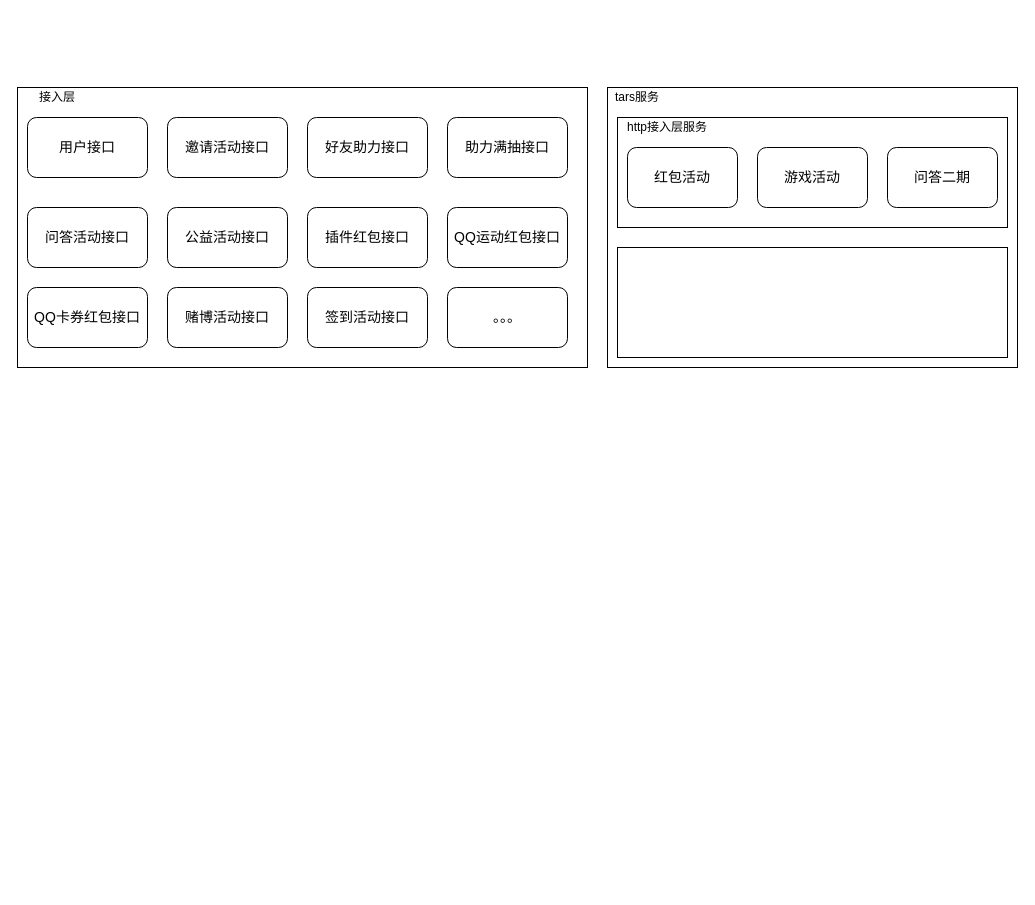
Before: 2019架构图.drawio in SaturnRings/draw, a draw.io diagram. Source tidied: cells renumbered, new cells numbered last; positions are measured from the earlier drawing's top-left corner, leaving out a move shared by most shapes. Both pictures are drawn from the tidied source at 100%, with x=0, y=0 at pixel (17, 87).
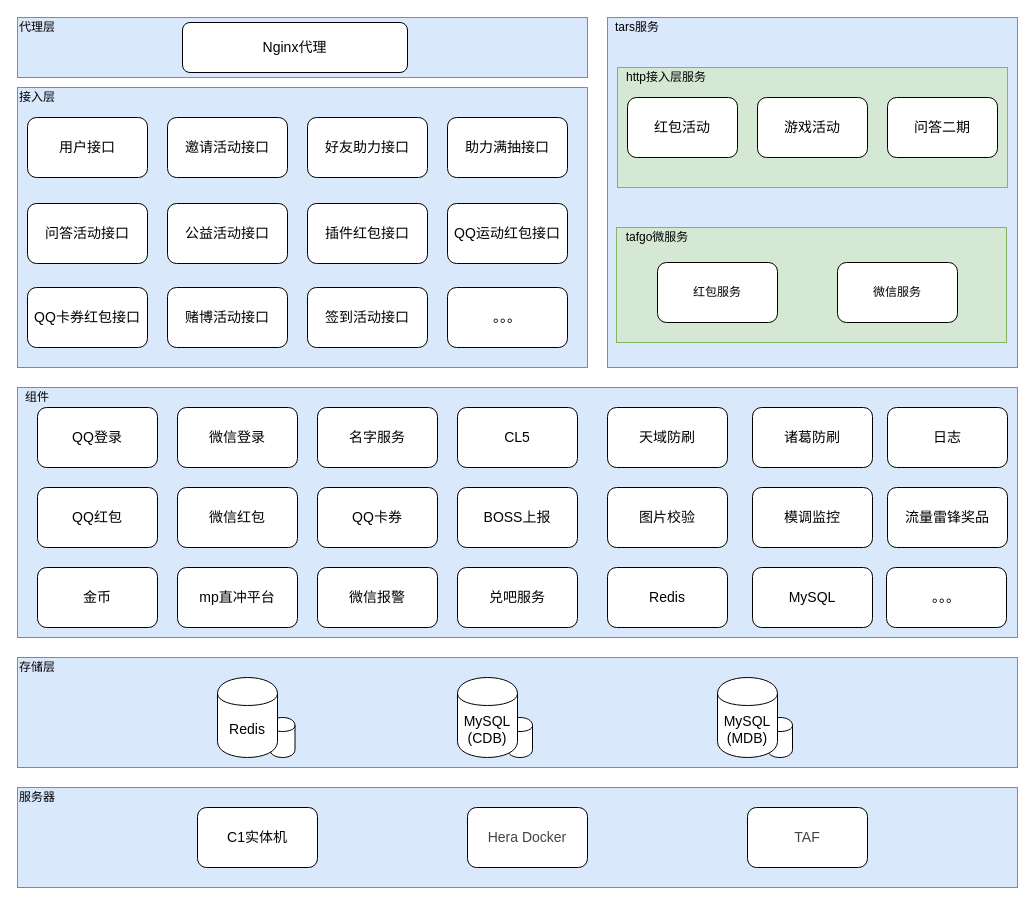
After the change.

Change to the diagram source:
```diff
@@
+    <mxCell id="24" style="rounded=0;whiteSpace=wrap;html=1;fillColor=#dae8fc;strokeColor=#6c8ebf;" parent="1" vertex="1">
+      <mxGeometry y="570" width="1000" height="110" as="geometry" />
+    </mxCell>
+    <mxCell id="25" style="shape=cylinder;whiteSpace=wrap;html=1;boundedLbl=1;backgroundOutline=1;" parent="1" vertex="1">
+      <mxGeometry x="750" y="630" width="25" height="40" as="geometry" />
+    </mxCell>
+    <mxCell id="26" style="shape=cylinder;whiteSpace=wrap;html=1;boundedLbl=1;backgroundOutline=1;" parent="1" vertex="1">
+      <mxGeometry x="490" y="630" width="25" height="40" as="geometry" />
+    </mxCell>
+    <mxCell id="27" style="shape=cylinder;whiteSpace=wrap;html=1;boundedLbl=1;backgroundOutline=1;" parent="1" vertex="1">
+      <mxGeometry x="252.5" y="630" width="25" height="40" as="geometry" />
+    </mxCell>
+    <mxCell id="28" style="rounded=0;whiteSpace=wrap;html=1;fillColor=#dae8fc;strokeColor=#6c8ebf;" parent="1" vertex="1">
+      <mxGeometry y="300" width="1000" height="250" as="geometry" />
+    </mxCell>
-    <mxCell id="2" value="&lt;br&gt;&lt;br&gt;" style="rounded=0;whiteSpace=wrap;html=1;" parent="1" vertex="1">
+    <mxCell id="2" value="&lt;br&gt;&lt;br&gt;" style="rounded=0;whiteSpace=wrap;html=1;fillColor=#dae8fc;strokeColor=#6c8ebf;" parent="1" vertex="1">
       <mxGeometry width="570" height="280" as="geometry" />
     </mxCell>
@@
     <mxCell id="7" value="&lt;font style=&quot;font-size: 14px&quot;&gt;问答活动接口&lt;/font&gt;" style="rounded=1;whiteSpace=wrap;html=1;" parent="1" vertex="1">
-      <mxGeometry x="10" y="120" width="120" height="60" as="geometry" />
+      <mxGeometry x="10" y="116" width="120" height="60" as="geometry" />
     </mxCell>
     <mxCell id="8" value="&lt;font style=&quot;font-size: 14px&quot;&gt;公益活动接口&lt;/font&gt;" style="rounded=1;whiteSpace=wrap;html=1;" parent="1" vertex="1">
-      <mxGeometry x="150" y="120" width="120" height="60" as="geometry" />
+      <mxGeometry x="150" y="116" width="120" height="60" as="geometry" />
     </mxCell>
     <mxCell id="9" value="&lt;font style=&quot;font-size: 14px&quot;&gt;插件红包接口&lt;/font&gt;" style="rounded=1;whiteSpace=wrap;html=1;" parent="1" vertex="1">
-      <mxGeometry x="290" y="120" width="120" height="60" as="geometry" />
+      <mxGeometry x="290" y="116" width="120" height="60" as="geometry" />
     </mxCell>
     <mxCell id="10" value="&lt;font style=&quot;font-size: 14px&quot;&gt;QQ运动红包接口&lt;/font&gt;" style="rounded=1;whiteSpace=wrap;html=1;" parent="1" vertex="1">
-      <mxGeometry x="430" y="120" width="120" height="60" as="geometry" />
+      <mxGeometry x="430" y="116" width="120" height="60" as="geometry" />
     </mxCell>
@@
     <mxCell id="15" value="接入层" style="text;html=1;strokeColor=none;fillColor=none;align=center;verticalAlign=middle;whiteSpace=wrap;rounded=0;" parent="1" vertex="1">
-      <mxGeometry x="20" width="40" height="20" as="geometry" />
+      <mxGeometry width="40" height="20" as="geometry" />
     </mxCell>
-    <mxCell id="16" style="rounded=0;whiteSpace=wrap;html=1;" parent="1" vertex="1">
-      <mxGeometry x="590" width="410" height="280" as="geometry" />
+    <mxCell id="16" style="rounded=0;whiteSpace=wrap;html=1;fillColor=#dae8fc;strokeColor=#6c8ebf;" parent="1" vertex="1">
+      <mxGeometry x="590" y="-70" width="410" height="350" as="geometry" />
     </mxCell>
     <mxCell id="17" value="tars服务" style="text;html=1;strokeColor=none;fillColor=none;align=center;verticalAlign=middle;whiteSpace=wrap;rounded=0;" parent="1" vertex="1">
-      <mxGeometry x="590" width="60" height="20" as="geometry" />
+      <mxGeometry x="590" y="-70" width="60" height="20" as="geometry" />
     </mxCell>
-    <mxCell id="18" style="rounded=0;whiteSpace=wrap;html=1;" parent="1" vertex="1">
-      <mxGeometry x="600" y="30" width="390" height="110" as="geometry" />
+    <mxCell id="18" style="rounded=0;whiteSpace=wrap;html=1;fillColor=#d5e8d4;strokeColor=#82b366;" parent="1" vertex="1">
+      <mxGeometry x="600" y="-20" width="390" height="120" as="geometry" />
     </mxCell>
-    <mxCell id="19" style="rounded=0;whiteSpace=wrap;html=1;" parent="1" vertex="1">
-      <mxGeometry x="600" y="160" width="390" height="110" as="geometry" />
+    <mxCell id="19" style="rounded=0;whiteSpace=wrap;html=1;fillColor=#d5e8d4;strokeColor=#82b366;" parent="1" vertex="1">
+      <mxGeometry x="599" y="140" width="390" height="115" as="geometry" />
     </mxCell>
     <mxCell id="20" value="http接入层服务" style="text;html=1;strokeColor=none;fillColor=none;align=center;verticalAlign=middle;whiteSpace=wrap;rounded=0;" parent="1" vertex="1">
-      <mxGeometry x="600" y="30" width="100" height="20" as="geometry" />
+      <mxGeometry x="599" y="-20" width="100" height="20" as="geometry" />
     </mxCell>
     <mxCell id="21" value="&lt;font style=&quot;font-size: 14px&quot;&gt;红包活动&lt;br&gt;&lt;/font&gt;" style="rounded=1;whiteSpace=wrap;html=1;" parent="1" vertex="1">
-      <mxGeometry x="610" y="60" width="110" height="60" as="geometry" />
+      <mxGeometry x="610" y="10" width="110" height="60" as="geometry" />
     </mxCell>
     <mxCell id="22" value="&lt;font style=&quot;font-size: 14px&quot;&gt;游戏活动&lt;br&gt;&lt;/font&gt;" style="rounded=1;whiteSpace=wrap;html=1;" parent="1" vertex="1">
-      <mxGeometry x="740" y="60" width="110" height="60" as="geometry" />
+      <mxGeometry x="740" y="10" width="110" height="60" as="geometry" />
     </mxCell>
     <mxCell id="23" value="&lt;font style=&quot;font-size: 14px&quot;&gt;问答二期&lt;br&gt;&lt;/font&gt;" style="rounded=1;whiteSpace=wrap;html=1;" parent="1" vertex="1">
-      <mxGeometry x="870" y="60" width="110" height="60" as="geometry" />
+      <mxGeometry x="870" y="10" width="110" height="60" as="geometry" />
     </mxCell>
+    <mxCell id="29" value="tafgo微服务" style="text;html=1;strokeColor=none;fillColor=none;align=center;verticalAlign=middle;whiteSpace=wrap;rounded=0;" parent="1" vertex="1">
+      <mxGeometry x="605" y="140" width="70" height="20" as="geometry" />
+    </mxCell>
+    <mxCell id="30" value="红包服务" style="rounded=1;whiteSpace=wrap;html=1;" parent="1" vertex="1">
+      <mxGeometry x="640" y="175" width="120" height="60" as="geometry" />
+    </mxCell>
+    <mxCell id="31" value="微信服务" style="rounded=1;whiteSpace=wrap;html=1;" parent="1" vertex="1">
+      <mxGeometry x="820" y="175" width="120" height="60" as="geometry" />
+    </mxCell>
+    <mxCell id="32" value="&lt;span style=&quot;font-size: 14px&quot;&gt;QQ登录&lt;/span&gt;" style="rounded=1;whiteSpace=wrap;html=1;" parent="1" vertex="1">
+      <mxGeometry x="20" y="320" width="120" height="60" as="geometry" />
+    </mxCell>
+    <mxCell id="33" value="&lt;span style=&quot;font-size: 14px&quot;&gt;微信登录&lt;/span&gt;" style="rounded=1;whiteSpace=wrap;html=1;" parent="1" vertex="1">
+      <mxGeometry x="160" y="320" width="120" height="60" as="geometry" />
+    </mxCell>
+    <mxCell id="34" value="组件" style="text;html=1;strokeColor=none;fillColor=none;align=center;verticalAlign=middle;whiteSpace=wrap;rounded=0;" parent="1" vertex="1">
+      <mxGeometry y="300" width="40" height="20" as="geometry" />
+    </mxCell>
+    <mxCell id="35" value="&lt;span style=&quot;font-size: 14px&quot;&gt;名字服务&lt;/span&gt;" style="rounded=1;whiteSpace=wrap;html=1;" parent="1" vertex="1">
+      <mxGeometry x="300" y="320" width="120" height="60" as="geometry" />
+    </mxCell>
+    <mxCell id="36" value="&lt;span style=&quot;font-size: 14px&quot;&gt;CL5&lt;/span&gt;" style="rounded=1;whiteSpace=wrap;html=1;" parent="1" vertex="1">
+      <mxGeometry x="440" y="320" width="120" height="60" as="geometry" />
+    </mxCell>
+    <mxCell id="37" value="&lt;span style=&quot;font-size: 14px&quot;&gt;天域防刷&lt;/span&gt;" style="rounded=1;whiteSpace=wrap;html=1;" parent="1" vertex="1">
+      <mxGeometry x="590" y="320" width="120" height="60" as="geometry" />
+    </mxCell>
+    <mxCell id="38" value="&lt;span style=&quot;font-size: 14px&quot;&gt;诸葛防刷&lt;/span&gt;" style="rounded=1;whiteSpace=wrap;html=1;" parent="1" vertex="1">
+      <mxGeometry x="735" y="320" width="120" height="60" as="geometry" />
+    </mxCell>
+    <mxCell id="39" value="&lt;span style=&quot;font-size: 14px&quot;&gt;日志&lt;/span&gt;" style="rounded=1;whiteSpace=wrap;html=1;" parent="1" vertex="1">
+      <mxGeometry x="870" y="320" width="120" height="60" as="geometry" />
+    </mxCell>
+    <mxCell id="40" value="&lt;span style=&quot;font-size: 14px&quot;&gt;QQ红包&lt;/span&gt;" style="rounded=1;whiteSpace=wrap;html=1;" parent="1" vertex="1">
+      <mxGeometry x="20" y="400" width="120" height="60" as="geometry" />
+    </mxCell>
+    <mxCell id="41" value="&lt;span style=&quot;font-size: 14px&quot;&gt;微信红包&lt;/span&gt;" style="rounded=1;whiteSpace=wrap;html=1;" parent="1" vertex="1">
+      <mxGeometry x="160" y="400" width="120" height="60" as="geometry" />
+    </mxCell>
+    <mxCell id="42" value="&lt;span style=&quot;font-size: 14px&quot;&gt;QQ卡券&lt;/span&gt;" style="rounded=1;whiteSpace=wrap;html=1;" parent="1" vertex="1">
+      <mxGeometry x="300" y="400" width="120" height="60" as="geometry" />
+    </mxCell>
+    <mxCell id="43" value="&lt;span style=&quot;font-size: 14px&quot;&gt;BOSS上报&lt;/span&gt;" style="rounded=1;whiteSpace=wrap;html=1;" parent="1" vertex="1">
+      <mxGeometry x="440" y="400" width="120" height="60" as="geometry" />
+    </mxCell>
+    <mxCell id="44" value="&lt;span style=&quot;font-size: 14px&quot;&gt;图片校验&lt;/span&gt;" style="rounded=1;whiteSpace=wrap;html=1;" parent="1" vertex="1">
+      <mxGeometry x="590" y="400" width="120" height="60" as="geometry" />
+    </mxCell>
+    <mxCell id="45" value="&lt;span style=&quot;font-size: 14px&quot;&gt;模调监控&lt;/span&gt;" style="rounded=1;whiteSpace=wrap;html=1;" parent="1" vertex="1">
+      <mxGeometry x="735" y="400" width="120" height="60" as="geometry" />
+    </mxCell>
+    <mxCell id="46" value="&lt;span style=&quot;font-size: 14px&quot;&gt;流量雷锋奖品&lt;/span&gt;" style="rounded=1;whiteSpace=wrap;html=1;" parent="1" vertex="1">
+      <mxGeometry x="870" y="400" width="120" height="60" as="geometry" />
+    </mxCell>
+    <mxCell id="47" value="&lt;span style=&quot;font-size: 14px&quot;&gt;金币&lt;/span&gt;" style="rounded=1;whiteSpace=wrap;html=1;" parent="1" vertex="1">
+      <mxGeometry x="20" y="480" width="120" height="60" as="geometry" />
+    </mxCell>
+    <mxCell id="48" value="&lt;span style=&quot;font-size: 14px&quot;&gt;mp直冲平台&lt;/span&gt;" style="rounded=1;whiteSpace=wrap;html=1;" parent="1" vertex="1">
+      <mxGeometry x="160" y="480" width="120" height="60" as="geometry" />
+    </mxCell>
+    <mxCell id="49" value="&lt;span style=&quot;font-size: 14px&quot;&gt;微信报警&lt;/span&gt;" style="rounded=1;whiteSpace=wrap;html=1;" parent="1" vertex="1">
+      <mxGeometry x="300" y="480" width="120" height="60" as="geometry" />
+    </mxCell>
+    <mxCell id="50" value="&lt;span style=&quot;font-size: 14px&quot;&gt;兑吧服务&lt;/span&gt;" style="rounded=1;whiteSpace=wrap;html=1;" parent="1" vertex="1">
+      <mxGeometry x="440" y="480" width="120" height="60" as="geometry" />
+    </mxCell>
+    <mxCell id="51" value="&lt;span style=&quot;font-size: 14px&quot;&gt;Redis&lt;/span&gt;" style="rounded=1;whiteSpace=wrap;html=1;" parent="1" vertex="1">
+      <mxGeometry x="590" y="480" width="120" height="60" as="geometry" />
+    </mxCell>
+    <mxCell id="52" value="&lt;span style=&quot;font-size: 14px&quot;&gt;MySQL&lt;/span&gt;" style="rounded=1;whiteSpace=wrap;html=1;" parent="1" vertex="1">
+      <mxGeometry x="735" y="480" width="120" height="60" as="geometry" />
+    </mxCell>
+    <mxCell id="53" value="&lt;span style=&quot;font-size: 14px&quot;&gt;。。。&lt;/span&gt;" style="rounded=1;whiteSpace=wrap;html=1;" parent="1" vertex="1">
+      <mxGeometry x="869" y="480" width="120" height="60" as="geometry" />
+    </mxCell>
+    <mxCell id="54" value="存储层" style="text;html=1;strokeColor=none;fillColor=none;align=center;verticalAlign=middle;whiteSpace=wrap;rounded=0;" parent="1" vertex="1">
+      <mxGeometry y="570" width="40" height="20" as="geometry" />
+    </mxCell>
+    <mxCell id="55" value="&lt;font style=&quot;font-size: 14px&quot;&gt;Redis&lt;/font&gt;" style="shape=cylinder;whiteSpace=wrap;html=1;boundedLbl=1;backgroundOutline=1;" parent="1" vertex="1">
+      <mxGeometry x="200" y="590" width="60" height="80" as="geometry" />
+    </mxCell>
+    <mxCell id="56" value="&lt;font style=&quot;font-size: 14px&quot;&gt;MySQL&lt;br&gt;(CDB)&lt;br&gt;&lt;/font&gt;" style="shape=cylinder;whiteSpace=wrap;html=1;boundedLbl=1;backgroundOutline=1;" parent="1" vertex="1">
+      <mxGeometry x="440" y="590" width="60" height="80" as="geometry" />
+    </mxCell>
+    <mxCell id="57" value="&lt;font style=&quot;font-size: 14px&quot;&gt;MySQL&lt;br&gt;(MDB)&lt;br&gt;&lt;/font&gt;" style="shape=cylinder;whiteSpace=wrap;html=1;boundedLbl=1;backgroundOutline=1;" parent="1" vertex="1">
+      <mxGeometry x="700" y="590" width="60" height="80" as="geometry" />
+    </mxCell>
+    <mxCell id="58" style="rounded=0;whiteSpace=wrap;html=1;fillColor=#dae8fc;strokeColor=#6c8ebf;" parent="1" vertex="1">
+      <mxGeometry y="700" width="1000" height="100" as="geometry" />
+    </mxCell>
+    <mxCell id="59" value="服务器" style="text;html=1;strokeColor=none;fillColor=none;align=center;verticalAlign=middle;whiteSpace=wrap;rounded=0;" parent="1" vertex="1">
+      <mxGeometry y="700" width="40" height="20" as="geometry" />
+    </mxCell>
+    <mxCell id="60" value="&lt;font style=&quot;font-size: 14px&quot;&gt;C1实体机&lt;/font&gt;" style="rounded=1;whiteSpace=wrap;html=1;" parent="1" vertex="1">
+      <mxGeometry x="180" y="720" width="120" height="60" as="geometry" />
+    </mxCell>
+    <mxCell id="61" value="&lt;span style=&quot;color: rgb(68 , 68 , 68) ; text-align: left ; background-color: rgb(255 , 255 , 255)&quot;&gt;&lt;font style=&quot;font-size: 14px&quot;&gt;Hera Docker&lt;/font&gt;&lt;/span&gt;" style="rounded=1;whiteSpace=wrap;html=1;" parent="1" vertex="1">
+      <mxGeometry x="450" y="720" width="120" height="60" as="geometry" />
+    </mxCell>
+    <mxCell id="62" value="&lt;span style=&quot;color: rgb(68 , 68 , 68) ; text-align: left ; background-color: rgb(255 , 255 , 255)&quot;&gt;&lt;font style=&quot;font-size: 14px&quot;&gt;TAF&lt;/font&gt;&lt;/span&gt;" style="rounded=1;whiteSpace=wrap;html=1;" parent="1" vertex="1">
+      <mxGeometry x="730" y="720" width="120" height="60" as="geometry" />
+    </mxCell>
+    <mxCell id="63" style="rounded=0;whiteSpace=wrap;html=1;fillColor=#dae8fc;strokeColor=#6c8ebf;" parent="1" vertex="1">
+      <mxGeometry y="-70" width="570" height="60" as="geometry" />
+    </mxCell>
+    <mxCell id="64" value="代理层" style="text;html=1;strokeColor=none;fillColor=none;align=center;verticalAlign=middle;whiteSpace=wrap;rounded=0;" parent="1" vertex="1">
+      <mxGeometry y="-70" width="40" height="20" as="geometry" />
+    </mxCell>
+    <mxCell id="65" value="&lt;font style=&quot;font-size: 14px&quot;&gt;Nginx代理&lt;/font&gt;" style="rounded=1;whiteSpace=wrap;html=1;" parent="1" vertex="1">
+      <mxGeometry x="165" y="-65" width="225" height="50" as="geometry" />
+    </mxCell>
```
